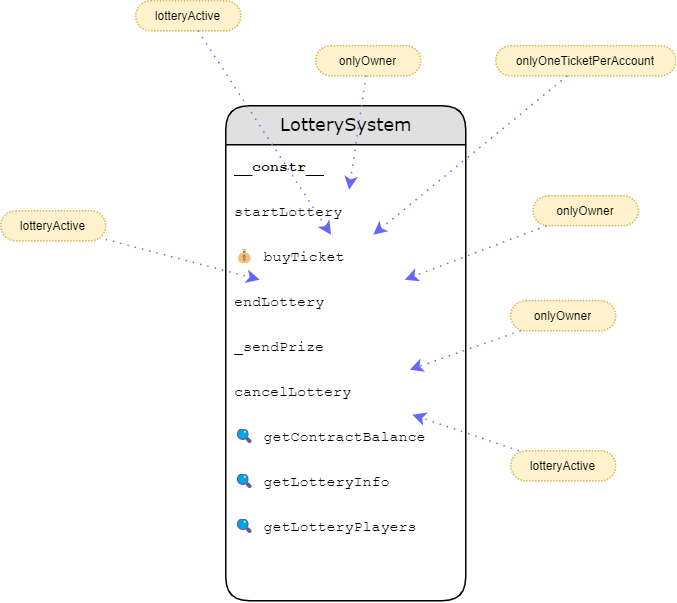
MartinM10/SWC-100-Example keeps this draw.io diagram as resources/LotteryDiagram.png. Above is the earlier version. Source tidied: cells renumbered, new cells last; positions are measured from the earlier drawing's top-left corner, leaving out a move shared by most shapes.
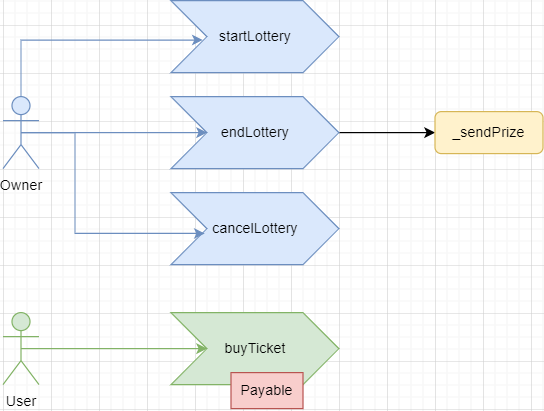
Later version of the same file.

Commit message:
modificado el diagrama

Diff of the diagram source:
```diff
@@ -2,111 +2,53 @@
   <root>
     <mxCell id="0" />
     <mxCell id="1" parent="0" />
-    <object id="2" label="LotterySystem" override="" placeholders="1" rparent="-" type="">
-      <mxCell style="swimlane;html=1;fontStyle=0;horizontal=1;startSize=26;fillColor=#e0e0e0;swimlaneFillColor=#ffffff;align=center;rounded=1;shadow=0;comic=0;labelBackgroundColor=none;strokeColor=#000000;strokeWidth=1;fontFamily=Verdana;fontSize=12;fontColor=#000000;arcSize=20;" parent="1" vertex="1">
-        <mxGeometry x="150" y="70" width="160" height="330" as="geometry" />
-      </mxCell>
-    </object>
-    <object id="3" label="&lt;b&gt;__constr__&lt;b&gt;" override="" placeholders="1" rparent="0" type="text;strokeColor=none">
-      <mxCell style="shape=text;strokeColor=none;html=1;fillColor=none;spacingLeft=4;spacingRight=4;whiteSpace=wrap;overflow=hidden;fontFamily=Courier New;fontSize=10;align=left;" parent="2" vertex="1">
-        <mxGeometry y="26" width="160" height="30" as="geometry" />
-      </mxCell>
-    </object>
+    <mxCell id="26" value="User" style="shape=umlActor;verticalLabelPosition=bottom;verticalAlign=top;html=1;outlineConnect=0;fillColor=#d5e8d4;strokeColor=#82b366;" parent="1" vertex="1">
+      <mxGeometry x="310" y="310" width="30" height="60" as="geometry" />
+    </mxCell>
+    <mxCell id="27" value="Owner" style="shape=umlActor;verticalLabelPosition=bottom;verticalAlign=top;html=1;outlineConnect=0;fillColor=#dae8fc;strokeColor=#6c8ebf;" parent="1" vertex="1">
+      <mxGeometry x="310" y="130" width="30" height="60" as="geometry" />
+    </mxCell>
-    <object id="4" label="startLottery" override="" placeholders="1" rparent="0" type="text;strokeColor=none">
-      <mxCell style="shape=text;strokeColor=none;html=1;fillColor=none;spacingLeft=4;spacingRight=4;whiteSpace=wrap;overflow=hidden;points=[[0,0.5],[1,0.5]];portConstraint=eastwest;fontFamily=Courier New;fontSize=10;align=left;" parent="2" vertex="1">
-        <mxGeometry y="56" width="160" height="30" as="geometry" />
-      </mxCell>
-    </object>
+    <mxCell id="4" value="startLottery" style="html=1;shadow=0;dashed=0;align=center;verticalAlign=middle;shape=mxgraph.arrows2.arrow;dy=0;dx=30;notch=30;fillColor=#dae8fc;strokeColor=#6c8ebf;" parent="1" vertex="1">
+      <mxGeometry x="450" y="50" width="140" height="60" as="geometry" />
+    </mxCell>
-    <object id="5" label="💰 buyTicket" override="" placeholders="1" rparent="0" type="text;strokeColor=none">
-      <mxCell style="shape=text;strokeColor=none;html=1;fillColor=none;spacingLeft=4;spacingRight=4;whiteSpace=wrap;overflow=hidden;points=[[0,0.5],[1,0.5]];portConstraint=eastwest;fontFamily=Courier New;fontSize=10;align=left;" parent="2" vertex="1">
-        <mxGeometry y="86" width="160" height="30" as="geometry" />
-      </mxCell>
-    </object>
+    <mxCell id="28" value="buyTicket" style="html=1;shadow=0;dashed=0;align=center;verticalAlign=middle;shape=mxgraph.arrows2.arrow;dy=0;dx=30;notch=30;fillColor=#d5e8d4;strokeColor=#82b366;" parent="1" vertex="1">
+      <mxGeometry x="450" y="310" width="140" height="60" as="geometry" />
+    </mxCell>
+    <mxCell id="29" style="edgeStyle=orthogonalEdgeStyle;rounded=0;jettySize=auto;html=1;" parent="1" edge="1" source="6" target="7">
+      <mxGeometry relative="1" as="geometry" />
+    </mxCell>
-    <object id="6" label="endLottery" override="" placeholders="1" rparent="0" type="text;strokeColor=none">
-      <mxCell style="shape=text;strokeColor=none;html=1;fillColor=none;spacingLeft=4;spacingRight=4;whiteSpace=wrap;overflow=hidden;points=[[0,0.5],[1,0.5]];portConstraint=eastwest;fontFamily=Courier New;fontSize=10;align=left;" parent="2" vertex="1">
-        <mxGeometry y="116" width="160" height="30" as="geometry" />
-      </mxCell>
-    </object>
+    <mxCell id="6" value="endLottery" style="html=1;shadow=0;dashed=0;align=center;verticalAlign=middle;shape=mxgraph.arrows2.arrow;dy=0;dx=30;notch=30;fillColor=#dae8fc;strokeColor=#6c8ebf;" parent="1" vertex="1">
+      <mxGeometry x="450" y="130" width="140" height="60" as="geometry" />
+    </mxCell>
+    <mxCell id="8" value="cancelLottery" style="html=1;shadow=0;dashed=0;align=center;verticalAlign=middle;shape=mxgraph.arrows2.arrow;dy=0;dx=30;notch=30;fillColor=#dae8fc;strokeColor=#6c8ebf;" parent="1" vertex="1">
+      <mxGeometry x="450" y="210" width="140" height="60" as="geometry" />
+    </mxCell>
+    <mxCell id="30" style="edgeStyle=orthogonalEdgeStyle;rounded=0;jettySize=auto;html=1;entryX=0.189;entryY=0.548;entryDx=0;entryDy=0;entryPerimeter=0;fillColor=#dae8fc;strokeColor=#6c8ebf;" parent="1" edge="1" source="27" target="4">
+      <mxGeometry relative="1" as="geometry">
+        <Array as="points">
+          <mxPoint x="325" y="83" />
+        </Array>
+      </mxGeometry>
+    </mxCell>
+    <mxCell id="31" style="edgeStyle=orthogonalEdgeStyle;rounded=0;jettySize=auto;html=1;exitX=0.5;exitY=0.5;exitDx=0;exitDy=0;exitPerimeter=0;entryX=0;entryY=0.5;entryDx=30;entryDy=0;entryPerimeter=0;fillColor=#dae8fc;strokeColor=#6c8ebf;" parent="1" edge="1" source="27" target="6">
+      <mxGeometry relative="1" as="geometry" />
+    </mxCell>
+    <mxCell id="32" style="edgeStyle=orthogonalEdgeStyle;rounded=0;jettySize=auto;html=1;exitX=0.5;exitY=0.5;exitDx=0;exitDy=0;exitPerimeter=0;entryX=0.201;entryY=0.567;entryDx=0;entryDy=0;entryPerimeter=0;fillColor=#dae8fc;strokeColor=#6c8ebf;" parent="1" edge="1" source="27" target="8">
+      <mxGeometry relative="1" as="geometry">
+        <Array as="points">
+          <mxPoint x="370" y="160" />
+          <mxPoint x="370" y="244" />
+        </Array>
+      </mxGeometry>
+    </mxCell>
+    <mxCell id="33" style="edgeStyle=orthogonalEdgeStyle;rounded=0;jettySize=auto;html=1;exitX=0.5;exitY=0.5;exitDx=0;exitDy=0;exitPerimeter=0;entryX=0;entryY=0.5;entryDx=30;entryDy=0;entryPerimeter=0;fillColor=#d5e8d4;strokeColor=#82b366;" parent="1" edge="1" source="26" target="28">
+      <mxGeometry relative="1" as="geometry" />
+    </mxCell>
+    <mxCell id="34" value="Payable" style="rounded=0;whiteSpace=wrap;html=1;fillColor=#f8cecc;strokeColor=#b85450;" parent="1" vertex="1">
+      <mxGeometry x="500" y="360" width="60" height="30" as="geometry" />
+    </mxCell>
-    <object id="7" label="_sendPrize" override="" placeholders="1" rparent="0" type="text;strokeColor=none">
-      <mxCell style="shape=text;strokeColor=none;html=1;fillColor=none;spacingLeft=4;spacingRight=4;whiteSpace=wrap;overflow=hidden;points=[[0,0.5],[1,0.5]];portConstraint=eastwest;fontFamily=Courier New;fontSize=10;align=left;" parent="2" vertex="1">
-        <mxGeometry y="146" width="160" height="30" as="geometry" />
-      </mxCell>
-    </object>
+    <mxCell id="7" value="_sendPrize" style="rounded=1;whiteSpace=wrap;html=1;fillColor=#fff2cc;strokeColor=#d6b656;" parent="1" vertex="1">
+      <mxGeometry x="670" y="142.5" width="90" height="35" as="geometry" />
+    </mxCell>
-    <object id="8" label="cancelLottery" override="" placeholders="1" rparent="0" type="text;strokeColor=none">
-      <mxCell style="shape=text;strokeColor=none;html=1;fillColor=none;spacingLeft=4;spacingRight=4;whiteSpace=wrap;overflow=hidden;points=[[0,0.5],[1,0.5]];portConstraint=eastwest;fontFamily=Courier New;fontSize=10;align=left;" parent="2" vertex="1">
-        <mxGeometry y="176" width="160" height="30" as="geometry" />
-      </mxCell>
-    </object>
-    <object id="9" label="🔍 getContractBalance" override="" placeholders="1" rparent="0" type="text;strokeColor=none">
-      <mxCell style="shape=text;strokeColor=none;html=1;fillColor=none;spacingLeft=4;spacingRight=4;whiteSpace=wrap;overflow=hidden;fontFamily=Courier New;fontSize=10;align=left;" parent="2" vertex="1">
-        <mxGeometry y="206" width="160" height="30" as="geometry" />
-      </mxCell>
-    </object>
-    <object id="10" label="🔍 getLotteryInfo" override="" placeholders="1" rparent="0" type="text;strokeColor=none">
-      <mxCell style="shape=text;strokeColor=none;html=1;fillColor=none;spacingLeft=4;spacingRight=4;whiteSpace=wrap;overflow=hidden;fontFamily=Courier New;fontSize=10;align=left;" parent="2" vertex="1">
-        <mxGeometry y="236" width="160" height="30" as="geometry" />
-      </mxCell>
-    </object>
-    <object id="11" label="🔍 getLotteryPlayers" override="" placeholders="1" rparent="0" type="text;strokeColor=none">
-      <mxCell style="shape=text;strokeColor=none;html=1;fillColor=none;spacingLeft=4;spacingRight=4;whiteSpace=wrap;overflow=hidden;fontFamily=Courier New;fontSize=10;align=left;" parent="2" vertex="1">
-        <mxGeometry y="266" width="160" height="30" as="geometry" />
-      </mxCell>
-    </object>
-    <object id="12" label="onlyOwner" override="strokeColor=#d79b00;dashed=1;align=center;rSize=10;fontStyle=0;whiteSpace=wrap;dashPattern=1 1;strokeColor=#d6b656;fontSize=8;fontFamily=Helvetica" placeholders="1" rparent="-" type="mxgraph.bootstrap.rrect">
-      <mxCell style="shape=mxgraph.bootstrap.rrect;html=1;fillColor=#fff2cc;spacingLeft=4;spacingRight=4;whiteSpace=wrap;overflow=hidden;points=[[0,0.5],[1,0.5]];portConstraint=eastwest;fontFamily=Courier New;fontSize=10;align=left;strokeColor=#d79b00;dashed=1;align=center;rSize=10;fontStyle=0;whiteSpace=wrap;dashPattern=1 1;strokeColor=#d6b656;fontSize=8;fontFamily=Helvetica;" parent="1" vertex="1">
-        <mxGeometry x="210" y="30" width="70" height="20" as="geometry" />
-      </mxCell>
-    </object>
-    <object id="13" label="lotteryActive" override="strokeColor=#d79b00;dashed=1;align=center;rSize=10;fontStyle=0;whiteSpace=wrap;dashPattern=1 1;strokeColor=#d6b656;fontSize=8;fontFamily=Helvetica" placeholders="1" rparent="-" type="mxgraph.bootstrap.rrect">
-      <mxCell style="shape=mxgraph.bootstrap.rrect;html=1;fillColor=#fff2cc;spacingLeft=4;spacingRight=4;whiteSpace=wrap;overflow=hidden;points=[[0,0.5],[1,0.5]];portConstraint=eastwest;fontFamily=Courier New;fontSize=10;align=left;strokeColor=#d79b00;dashed=1;align=center;rSize=10;fontStyle=0;whiteSpace=wrap;dashPattern=1 1;strokeColor=#d6b656;fontSize=8;fontFamily=Helvetica;" parent="1" vertex="1">
-        <mxGeometry x="90" width="70" height="20" as="geometry" />
-      </mxCell>
-    </object>
-    <object id="14" label="onlyOneTicketPerAccount" override="strokeColor=#d79b00;dashed=1;align=center;rSize=10;fontStyle=0;whiteSpace=wrap;dashPattern=1 1;strokeColor=#d6b656;fontSize=8;fontFamily=Helvetica" placeholders="1" rparent="-" type="mxgraph.bootstrap.rrect">
-      <mxCell style="shape=mxgraph.bootstrap.rrect;html=1;fillColor=#fff2cc;spacingLeft=4;spacingRight=4;whiteSpace=wrap;overflow=hidden;points=[[0,0.5],[1,0.5]];portConstraint=eastwest;fontFamily=Courier New;fontSize=10;align=left;strokeColor=#d79b00;dashed=1;align=center;rSize=10;fontStyle=0;whiteSpace=wrap;dashPattern=1 1;strokeColor=#d6b656;fontSize=8;fontFamily=Helvetica;" parent="1" vertex="1">
-        <mxGeometry x="330" y="30" width="120" height="20" as="geometry" />
-      </mxCell>
-    </object>
-    <object id="15" label="onlyOwner" override="strokeColor=#d79b00;dashed=1;align=center;rSize=10;fontStyle=0;whiteSpace=wrap;dashPattern=1 1;strokeColor=#d6b656;fontSize=8;fontFamily=Helvetica" placeholders="1" rparent="-" type="mxgraph.bootstrap.rrect">
-      <mxCell style="shape=mxgraph.bootstrap.rrect;html=1;fillColor=#fff2cc;spacingLeft=4;spacingRight=4;whiteSpace=wrap;overflow=hidden;points=[[0,0.5],[1,0.5]];portConstraint=eastwest;fontFamily=Courier New;fontSize=10;align=left;strokeColor=#d79b00;dashed=1;align=center;rSize=10;fontStyle=0;whiteSpace=wrap;dashPattern=1 1;strokeColor=#d6b656;fontSize=8;fontFamily=Helvetica;" parent="1" vertex="1">
-        <mxGeometry x="355" y="130" width="70" height="20" as="geometry" />
-      </mxCell>
-    </object>
-    <object id="16" label="lotteryActive" override="strokeColor=#d79b00;dashed=1;align=center;rSize=10;fontStyle=0;whiteSpace=wrap;dashPattern=1 1;strokeColor=#d6b656;fontSize=8;fontFamily=Helvetica" placeholders="1" rparent="-" type="mxgraph.bootstrap.rrect">
-      <mxCell style="shape=mxgraph.bootstrap.rrect;html=1;fillColor=#fff2cc;spacingLeft=4;spacingRight=4;whiteSpace=wrap;overflow=hidden;points=[[0,0.5],[1,0.5]];portConstraint=eastwest;fontFamily=Courier New;fontSize=10;align=left;strokeColor=#d79b00;dashed=1;align=center;rSize=10;fontStyle=0;whiteSpace=wrap;dashPattern=1 1;strokeColor=#d6b656;fontSize=8;fontFamily=Helvetica;" parent="1" vertex="1">
-        <mxGeometry y="140" width="70" height="20" as="geometry" />
-      </mxCell>
-    </object>
-    <object id="17" label="onlyOwner" override="strokeColor=#d79b00;dashed=1;align=center;rSize=10;fontStyle=0;whiteSpace=wrap;dashPattern=1 1;strokeColor=#d6b656;fontSize=8;fontFamily=Helvetica" placeholders="1" rparent="-" type="mxgraph.bootstrap.rrect">
-      <mxCell style="shape=mxgraph.bootstrap.rrect;html=1;fillColor=#fff2cc;spacingLeft=4;spacingRight=4;whiteSpace=wrap;overflow=hidden;points=[[0,0.5],[1,0.5]];portConstraint=eastwest;fontFamily=Courier New;fontSize=10;align=left;strokeColor=#d79b00;dashed=1;align=center;rSize=10;fontStyle=0;whiteSpace=wrap;dashPattern=1 1;strokeColor=#d6b656;fontSize=8;fontFamily=Helvetica;" parent="1" vertex="1">
-        <mxGeometry x="340" y="200" width="70" height="20" as="geometry" />
-      </mxCell>
-    </object>
-    <object id="18" label="lotteryActive" override="strokeColor=#d79b00;dashed=1;align=center;rSize=10;fontStyle=0;whiteSpace=wrap;dashPattern=1 1;strokeColor=#d6b656;fontSize=8;fontFamily=Helvetica" placeholders="1" rparent="-" type="mxgraph.bootstrap.rrect">
-      <mxCell style="shape=mxgraph.bootstrap.rrect;html=1;fillColor=#fff2cc;spacingLeft=4;spacingRight=4;whiteSpace=wrap;overflow=hidden;points=[[0,0.5],[1,0.5]];portConstraint=eastwest;fontFamily=Courier New;fontSize=10;align=left;strokeColor=#d79b00;dashed=1;align=center;rSize=10;fontStyle=0;whiteSpace=wrap;dashPattern=1 1;strokeColor=#d6b656;fontSize=8;fontFamily=Helvetica;" parent="1" vertex="1">
-        <mxGeometry x="340" y="300" width="70" height="20" as="geometry" />
-      </mxCell>
-    </object>
-    <mxCell id="19" style="curved=1;fontSize=11;noEdgeStyle=1;strokeColor=#6666FF;dashed=1;dashPattern=1 4;" parent="1" edge="1" source="12" target="4">
-      <mxGeometry relative="1" as="geometry" />
-    </mxCell>
-    <mxCell id="20" style="curved=1;fontSize=11;noEdgeStyle=1;strokeColor=#6666FF;dashed=1;dashPattern=1 4;" parent="1" edge="1" source="13" target="5">
-      <mxGeometry relative="1" as="geometry" />
-    </mxCell>
-    <mxCell id="21" style="curved=1;fontSize=11;noEdgeStyle=1;strokeColor=#6666FF;dashed=1;dashPattern=1 4;" parent="1" edge="1" source="14" target="5">
-      <mxGeometry relative="1" as="geometry" />
-    </mxCell>
-    <mxCell id="22" style="curved=1;fontSize=11;noEdgeStyle=1;strokeColor=#6666FF;dashed=1;dashPattern=1 4;" parent="1" edge="1" source="15" target="6">
-      <mxGeometry relative="1" as="geometry" />
-    </mxCell>
-    <mxCell id="23" style="curved=1;fontSize=11;noEdgeStyle=1;strokeColor=#6666FF;dashed=1;dashPattern=1 4;" parent="1" edge="1" source="16" target="6">
-      <mxGeometry relative="1" as="geometry" />
-    </mxCell>
-    <mxCell id="24" style="curved=1;fontSize=11;noEdgeStyle=1;strokeColor=#6666FF;dashed=1;dashPattern=1 4;" parent="1" edge="1" source="17" target="8">
-      <mxGeometry relative="1" as="geometry" />
-    </mxCell>
-    <mxCell id="25" style="curved=1;fontSize=11;noEdgeStyle=1;strokeColor=#6666FF;dashed=1;dashPattern=1 4;" parent="1" edge="1" source="18" target="8">
-      <mxGeometry relative="1" as="geometry" />
-    </mxCell>
   </root>
 </mxGraphModel>
```
